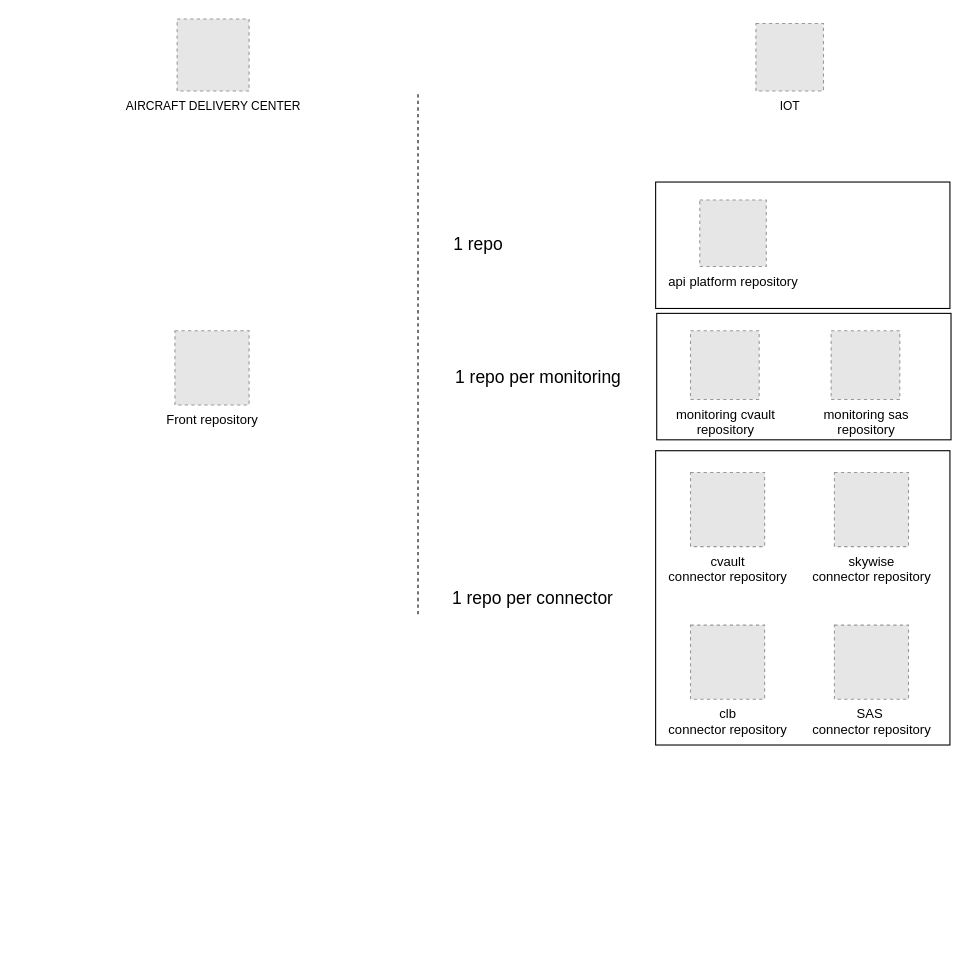
claytonbrown/aws-drawing keeps this draw.io diagram as GithubRepo.drawio. Above is the earlier version. Source tidied: cells renumbered, new cells numbered last; positions are measured from the earlier drawing's top-left corner, leaving out a move shared by most shapes. Both pictures are drawn from the tidied source at 109%, with x=0, y=0 at pixel (174, 19). Pictures stored in the file or linked from it are replaced by grey dashed boxes.
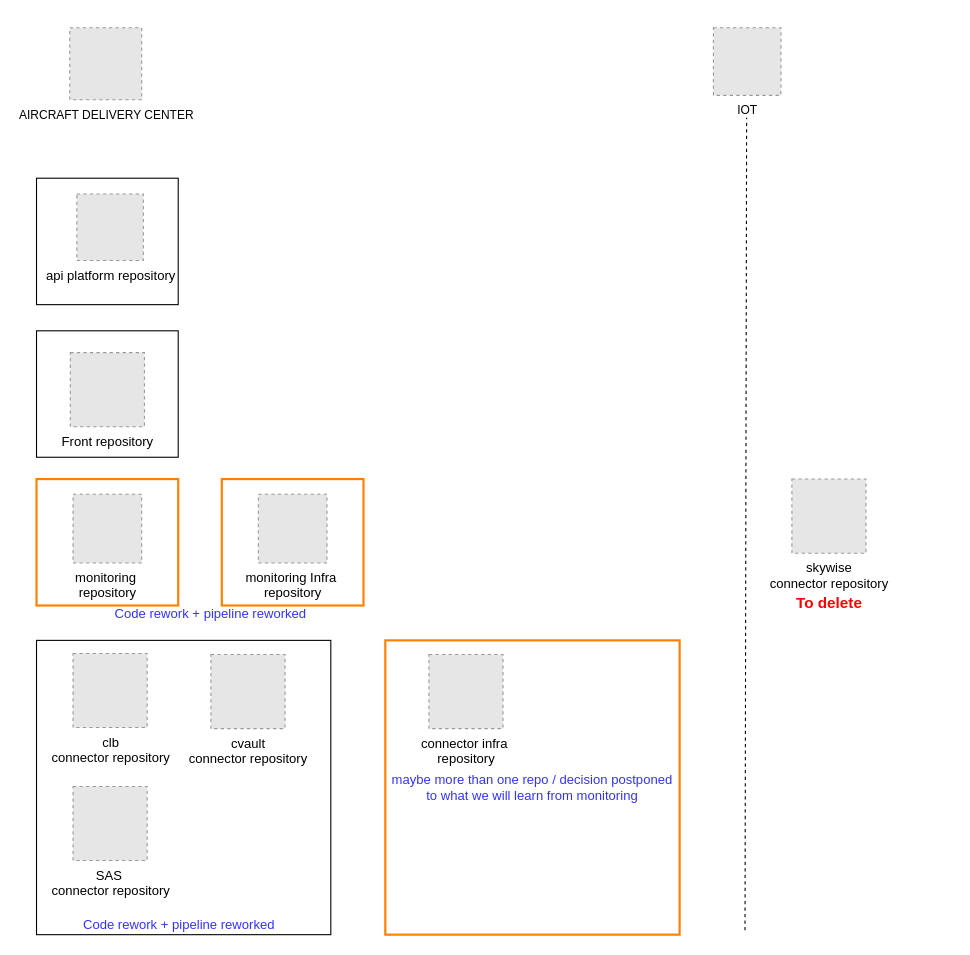
The same diagram, later.

Diff of the diagram source:
```diff
@@
-    <mxCell id="1" parent="0" />
-    <mxCell id="2" style="rounded=0;whiteSpace=wrap;html=1;fontColor=#3333FF;" parent="1" vertex="1">
-      <mxGeometry x="441" y="149.5" width="270" height="116" as="geometry" />
-    </mxCell>
-    <mxCell id="3" style="rounded=0;whiteSpace=wrap;html=1;fontColor=#3333FF;" parent="1" vertex="1">
-      <mxGeometry x="442" y="270" width="270" height="116" as="geometry" />
-    </mxCell>
-    <mxCell id="4" style="whiteSpace=wrap;html=1;fontColor=#3333FF;" parent="1" vertex="1">
-      <mxGeometry x="441" y="396" width="270" height="270" as="geometry" />
-    </mxCell>
+    <mxCell id="19" parent="0" />
+    <mxCell id="20" style="rounded=0;whiteSpace=wrap;html=1;fontColor=#3333FF;strokeColor=#FF8000;strokeWidth=2;" parent="19" vertex="1">
+      <mxGeometry x="43" y="422" width="130" height="116" as="geometry" />
+    </mxCell>
+    <mxCell id="21" style="rounded=0;whiteSpace=wrap;html=1;fontColor=#3333FF;" parent="19" vertex="1">
+      <mxGeometry x="-127" y="286" width="130" height="116" as="geometry" />
+    </mxCell>
+    <mxCell id="22" style="rounded=0;whiteSpace=wrap;html=1;fontColor=#3333FF;" parent="19" vertex="1">
+      <mxGeometry x="-127" y="146" width="130" height="116" as="geometry" />
+    </mxCell>
+    <mxCell id="23" style="rounded=0;whiteSpace=wrap;html=1;fontColor=#3333FF;strokeColor=#FF8000;strokeWidth=2;" parent="19" vertex="1">
+      <mxGeometry x="-127" y="422" width="130" height="116" as="geometry" />
+    </mxCell>
+    <mxCell id="24" style="whiteSpace=wrap;html=1;fontColor=#3333FF;" parent="19" vertex="1">
+      <mxGeometry x="-127" y="570" width="270" height="270" as="geometry" />
+    </mxCell>
-    <mxCell id="5" value="Front repository" style="fillColor=#E6E6E6;strokeColor=#999999;dashed=1;html=1;verticalAlign=top;verticalLabelPosition=bottom;labelBackgroundColor=#ffffff;" parent="1" vertex="1">
-      <mxGeometry y="286" width="68" height="68" as="geometry" />
+    <mxCell id="5" value="Front repository" style="fillColor=#E6E6E6;strokeColor=#999999;dashed=1;html=1;verticalAlign=top;verticalLabelPosition=bottom;labelBackgroundColor=#ffffff;" parent="19" vertex="1">
+      <mxGeometry x="-96" y="306" width="68" height="68" as="geometry" />
     </mxCell>
-    <mxCell id="6" value="&lt;font color=&quot;#000000&quot;&gt;&lt;span style=&quot;font-size: 11px&quot;&gt;AIRCRAFT DELIVERY CENTER&lt;/span&gt;&lt;/font&gt;" style="fillColor=#E6E6E6;strokeColor=#999999;dashed=1;html=1;verticalAlign=top;verticalLabelPosition=bottom;labelBackgroundColor=#ffffff;fontColor=#3333FF;" parent="1" vertex="1">
-      <mxGeometry x="2" width="66" height="66" as="geometry" />
+    <mxCell id="6" value="&lt;font color=&quot;#000000&quot;&gt;&lt;span style=&quot;font-size: 11px&quot;&gt;AIRCRAFT DELIVERY CENTER&lt;/span&gt;&lt;/font&gt;" style="fillColor=#E6E6E6;strokeColor=#999999;dashed=1;html=1;verticalAlign=top;verticalLabelPosition=bottom;labelBackgroundColor=#ffffff;fontColor=#3333FF;" parent="19" vertex="1">
+      <mxGeometry x="-96.5" y="8" width="66" height="66" as="geometry" />
     </mxCell>
-    <mxCell id="7" style="endArrow=none;dashed=1;html=1;fontColor=#3333FF;" parent="1" edge="1">
-      <mxGeometry relative="1" as="geometry">
-        <mxPoint x="223" y="546" as="sourcePoint" />
-        <mxPoint x="223" y="66" as="targetPoint" />
-      </mxGeometry>
-    </mxCell>
+    <mxCell id="25" style="endArrow=none;dashed=1;html=1;fontColor=#3333FF;" parent="19" edge="1">
+      <mxGeometry relative="1" as="geometry">
+        <mxPoint x="523" y="836" as="sourcePoint" />
+        <mxPoint x="524.5" y="86" as="targetPoint" />
+      </mxGeometry>
+    </mxCell>
-    <mxCell id="8" value="&lt;font style=&quot;font-size: 11px&quot; color=&quot;#000000&quot;&gt;IOT&lt;br&gt;&lt;/font&gt;" style="fillColor=#E6E6E6;strokeColor=#999999;dashed=1;html=1;verticalAlign=top;verticalLabelPosition=bottom;labelBackgroundColor=#ffffff;fontColor=#3333FF;" parent="1" vertex="1">
-      <mxGeometry x="533" y="4" width="62" height="62" as="geometry" />
+    <mxCell id="8" value="&lt;font style=&quot;font-size: 11px&quot; color=&quot;#000000&quot;&gt;IOT&lt;br&gt;&lt;/font&gt;" style="fillColor=#E6E6E6;strokeColor=#999999;dashed=1;html=1;verticalAlign=top;verticalLabelPosition=bottom;labelBackgroundColor=#ffffff;fontColor=#3333FF;" parent="19" vertex="1">
+      <mxGeometry x="494" y="8" width="62" height="62" as="geometry" />
     </mxCell>
-    <mxCell id="9" value="api platform repository" style="fillColor=#E6E6E6;strokeColor=#999999;dashed=1;html=1;verticalAlign=top;verticalLabelPosition=bottom;labelBackgroundColor=#ffffff;" parent="1" vertex="1">
-      <mxGeometry x="481.5" y="166" width="61" height="61" as="geometry" />
+    <mxCell id="9" value="api platform repository" style="fillColor=#E6E6E6;strokeColor=#999999;dashed=1;html=1;verticalAlign=top;verticalLabelPosition=bottom;labelBackgroundColor=#ffffff;" parent="19" vertex="1">
+      <mxGeometry x="-90" y="160.5" width="61" height="61" as="geometry" />
     </mxCell>
-    <mxCell id="10" value="cvault &lt;br&gt;connector repository" style="fillColor=#E6E6E6;strokeColor=#999999;dashed=1;html=1;verticalAlign=top;verticalLabelPosition=bottom;labelBackgroundColor=#ffffff;" parent="1" vertex="1">
-      <mxGeometry x="473" y="416" width="68" height="68" as="geometry" />
+    <mxCell id="10" value="cvault &lt;br&gt;connector repository" style="fillColor=#E6E6E6;strokeColor=#999999;dashed=1;html=1;verticalAlign=top;verticalLabelPosition=bottom;labelBackgroundColor=#ffffff;" parent="19" vertex="1">
+      <mxGeometry x="33" y="583" width="68" height="68" as="geometry" />
     </mxCell>
-    <mxCell id="11" value="monitoring sas&lt;br&gt;repository" style="fillColor=#E6E6E6;strokeColor=#999999;dashed=1;html=1;verticalAlign=top;verticalLabelPosition=bottom;labelBackgroundColor=#ffffff;" parent="1" vertex="1">
-      <mxGeometry x="602" y="286" width="63" height="63" as="geometry" />
-    </mxCell>
-    <mxCell id="12" value="monitoring cvault&lt;br&gt;repository" style="fillColor=#E6E6E6;strokeColor=#999999;dashed=1;html=1;verticalAlign=top;verticalLabelPosition=bottom;labelBackgroundColor=#ffffff;" parent="1" vertex="1">
-      <mxGeometry x="473" y="286" width="63" height="63" as="geometry" />
-    </mxCell>
+    <mxCell id="26" value="monitoring Infra&amp;nbsp;&lt;br&gt;repository" style="fillColor=#E6E6E6;strokeColor=#999999;dashed=1;html=1;verticalAlign=top;verticalLabelPosition=bottom;labelBackgroundColor=#ffffff;" parent="19" vertex="1">
+      <mxGeometry x="76.5" y="436" width="63" height="63" as="geometry" />
+    </mxCell>
+    <mxCell id="27" value="monitoring&amp;nbsp;&lt;br&gt;repository" style="fillColor=#E6E6E6;strokeColor=#999999;dashed=1;html=1;verticalAlign=top;verticalLabelPosition=bottom;labelBackgroundColor=#ffffff;" parent="19" vertex="1">
+      <mxGeometry x="-93.5" y="436" width="63" height="63" as="geometry" />
+    </mxCell>
-    <mxCell id="13" value="skywise&lt;br&gt;connector repository" style="fillColor=#E6E6E6;strokeColor=#999999;dashed=1;html=1;verticalAlign=top;verticalLabelPosition=bottom;labelBackgroundColor=#ffffff;" parent="1" vertex="1">
-      <mxGeometry x="605" y="416" width="68" height="68" as="geometry" />
+    <mxCell id="13" value="skywise&lt;br&gt;connector repository" style="fillColor=#E6E6E6;strokeColor=#999999;dashed=1;html=1;verticalAlign=top;verticalLabelPosition=bottom;labelBackgroundColor=#ffffff;" parent="19" vertex="1">
+      <mxGeometry x="566" y="422" width="68" height="68" as="geometry" />
     </mxCell>
-    <mxCell id="14" value="SAS&amp;nbsp;&lt;br&gt;connector repository" style="fillColor=#E6E6E6;strokeColor=#999999;dashed=1;html=1;verticalAlign=top;verticalLabelPosition=bottom;labelBackgroundColor=#ffffff;" parent="1" vertex="1">
-      <mxGeometry x="605" y="556" width="68" height="68" as="geometry" />
+    <mxCell id="14" value="SAS&amp;nbsp;&lt;br&gt;connector repository" style="fillColor=#E6E6E6;strokeColor=#999999;dashed=1;html=1;verticalAlign=top;verticalLabelPosition=bottom;labelBackgroundColor=#ffffff;" parent="19" vertex="1">
+      <mxGeometry x="-93.5" y="704" width="68" height="68" as="geometry" />
     </mxCell>
-    <mxCell id="15" value="clb&lt;br&gt;connector repository" style="fillColor=#E6E6E6;strokeColor=#999999;dashed=1;html=1;verticalAlign=top;verticalLabelPosition=bottom;labelBackgroundColor=#ffffff;" parent="1" vertex="1">
-      <mxGeometry x="473" y="556" width="68" height="68" as="geometry" />
+    <mxCell id="15" value="clb&lt;br&gt;connector repository" style="fillColor=#E6E6E6;strokeColor=#999999;dashed=1;html=1;verticalAlign=top;verticalLabelPosition=bottom;labelBackgroundColor=#ffffff;" parent="19" vertex="1">
+      <mxGeometry x="-93.5" y="582" width="68" height="68" as="geometry" />
     </mxCell>
-    <mxCell id="16" value="&lt;font style=&quot;font-size: 16px&quot; color=&quot;#000000&quot;&gt;1 repo per connector&lt;/font&gt;" style="text;html=1;align=center;verticalAlign=middle;fontColor=#3333FF;" parent="1" vertex="1">
-      <mxGeometry x="248" y="521" width="160" height="20" as="geometry" />
-    </mxCell>
-    <mxCell id="17" value="&lt;font style=&quot;font-size: 16px&quot; color=&quot;#000000&quot;&gt;1 repo per monitoring&lt;/font&gt;" style="text;html=1;align=center;verticalAlign=middle;fontColor=#3333FF;" parent="1" vertex="1">
-      <mxGeometry x="248" y="318" width="170" height="20" as="geometry" />
-    </mxCell>
-    <mxCell id="18" value="&lt;font style=&quot;font-size: 16px&quot; color=&quot;#000000&quot;&gt;1 repo&lt;/font&gt;" style="text;html=1;align=center;verticalAlign=middle;fontColor=#3333FF;" parent="1" vertex="1">
-      <mxGeometry x="248" y="195.5" width="60" height="20" as="geometry" />
-    </mxCell>
+    <mxCell id="28" value="&lt;font color=&quot;#ff0000&quot; style=&quot;font-size: 14px&quot;&gt;&lt;b&gt;To delete&lt;/b&gt;&lt;/font&gt;" style="text;html=1;align=center;verticalAlign=middle;fontColor=#3333FF;" parent="19" vertex="1">
+      <mxGeometry x="560" y="526" width="80" height="20" as="geometry" />
+    </mxCell>
+    <mxCell id="29" value="Code rework + pipeline reworked" style="text;html=1;strokeColor=none;fillColor=none;align=center;verticalAlign=middle;whiteSpace=wrap;rounded=0;fontColor=#3333FF;" parent="19" vertex="1">
+      <mxGeometry x="-96" y="821" width="200" height="20" as="geometry" />
+    </mxCell>
+    <mxCell id="30" value="Code rework + pipeline reworked" style="text;html=1;strokeColor=none;fillColor=none;align=center;verticalAlign=middle;whiteSpace=wrap;rounded=0;fontColor=#3333FF;" parent="19" vertex="1">
+      <mxGeometry x="-67" y="536" width="200" height="20" as="geometry" />
+    </mxCell>
+    <mxCell id="31" value="maybe more than one repo / decision postponed to what we will learn from monitoring" style="whiteSpace=wrap;html=1;fontColor=#3333FF;strokeWidth=2;strokeColor=#FF8000;" parent="19" vertex="1">
+      <mxGeometry x="193" y="570" width="270" height="270" as="geometry" />
+    </mxCell>
+    <mxCell id="32" value="connector infra&amp;nbsp;&lt;br&gt;repository" style="fillColor=#E6E6E6;strokeColor=#999999;dashed=1;html=1;verticalAlign=top;verticalLabelPosition=bottom;labelBackgroundColor=#ffffff;" parent="19" vertex="1">
+      <mxGeometry x="233" y="583" width="68" height="68" as="geometry" />
+    </mxCell>
```
